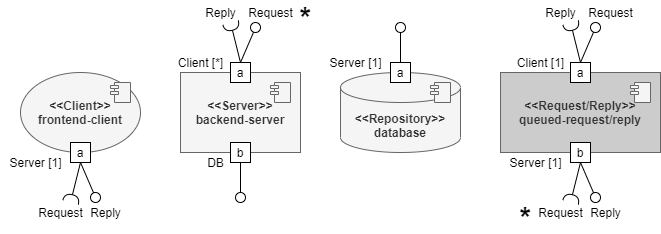
dmmnjaws/ASoft-2020-2021-quizzes-tutor-arquitecture-documentation keeps this draw.io diagram as documentation/pictures/C&C Type Definition.png. Above is the earlier version. Source tidied: cells renumbered, new cells last; positions are measured from the earlier drawing's top-left corner, leaving out a move shared by most shapes.
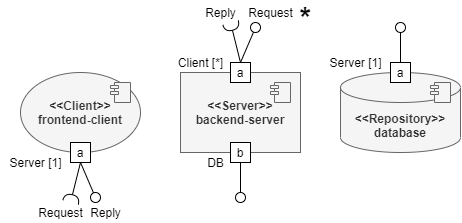
After the commit.

What changed in the source:
```diff
@@ -93,64 +93,8 @@
     <mxCell id="29" value="Server [1]" style="text;html=1;align=center;verticalAlign=middle;" parent="1" vertex="1">
       <mxGeometry x="320" y="50" width="70" height="20" as="geometry" />
     </mxCell>
-    <mxCell id="30" value="&amp;lt;&amp;lt;Request/Reply&amp;gt;&amp;gt;&lt;br&gt;queued-request/reply" style="rounded=0;whiteSpace=wrap;html=1;strokeColor=#666666;fontColor=#333333;fontStyle=1;fillColor=#CCCCCC;" parent="1" vertex="1">
-      <mxGeometry x="500" y="70" width="160" height="80" as="geometry" />
+    <mxCell id="30" value="&lt;b&gt;&lt;font style=&quot;font-size: 29px&quot;&gt;*&lt;/font&gt;&lt;/b&gt;" style="text;html=1;align=center;verticalAlign=middle;" parent="1" vertex="1">
+      <mxGeometry x="290" width="30" height="30" as="geometry" />
     </mxCell>
-    <mxCell id="31" style="shape=module;align=left;spacingLeft=20;align=center;verticalAlign=top;jettyWidth=8;jettyHeight=3;fillColor=#f5f5f5;strokeColor=#666666;fontColor=#333333;" parent="1" vertex="1">
-      <mxGeometry x="630" y="80" width="20" height="20" as="geometry" />
-    </mxCell>
-    <mxCell id="32" value="a" style="whiteSpace=wrap;html=1;" parent="1" vertex="1">
-      <mxGeometry x="570" y="60" width="20" height="20" as="geometry" />
-    </mxCell>
-    <mxCell id="33" style="rounded=0;jettySize=auto;html=1;endArrow=none;endFill=0;exitX=0.5;exitY=0;exitDx=0;exitDy=0;" parent="1" edge="1" source="32" target="34">
-      <mxGeometry relative="1" as="geometry" />
-    </mxCell>
-    <mxCell id="34" style="ellipse;whiteSpace=wrap;html=1;fontFamily=Helvetica;fontSize=12;fontColor=#000000;align=center;strokeColor=#000000;fillColor=#ffffff;points=[];" parent="1" vertex="1">
-      <mxGeometry x="590" y="20" width="10" height="10" as="geometry" />
-    </mxCell>
-    <mxCell id="35" style="rounded=0;jettySize=auto;html=1;endArrow=halfCircle;endFill=0;endSize=6;strokeWidth=1;exitX=0.5;exitY=0;exitDx=0;exitDy=0;" parent="1" edge="1" source="32">
-      <mxGeometry relative="1" as="geometry">
-        <mxPoint x="570" y="20" as="targetPoint" />
-      </mxGeometry>
-    </mxCell>
-    <mxCell id="36" value="Client [1]" style="text;html=1;align=center;verticalAlign=middle;" parent="1" vertex="1">
-      <mxGeometry x="510" y="50" width="60" height="20" as="geometry" />
-    </mxCell>
-    <mxCell id="37" value="Reply" style="text;html=1;align=center;verticalAlign=middle;" parent="1" vertex="1">
-      <mxGeometry x="535" width="50" height="20" as="geometry" />
-    </mxCell>
-    <mxCell id="38" value="Request" style="text;html=1;align=center;verticalAlign=middle;" parent="1" vertex="1">
-      <mxGeometry x="580" width="60" height="20" as="geometry" />
-    </mxCell>
-    <mxCell id="39" value="b" style="whiteSpace=wrap;html=1;" parent="1" vertex="1">
-      <mxGeometry x="570" y="140" width="20" height="20" as="geometry" />
-    </mxCell>
-    <mxCell id="40" style="rounded=0;jettySize=auto;html=1;endArrow=none;endFill=0;exitX=0.5;exitY=1;exitDx=0;exitDy=0;" parent="1" edge="1" source="39" target="41">
-      <mxGeometry relative="1" as="geometry" />
-    </mxCell>
-    <mxCell id="41" style="ellipse;whiteSpace=wrap;html=1;fontFamily=Helvetica;fontSize=12;fontColor=#000000;align=center;strokeColor=#000000;fillColor=#ffffff;points=[];" parent="1" vertex="1">
-      <mxGeometry x="590" y="190" width="10" height="10" as="geometry" />
-    </mxCell>
-    <mxCell id="42" style="rounded=0;orthogonalLoop=1;jettySize=auto;html=1;endArrow=halfCircle;endFill=0;endSize=6;strokeWidth=1;" parent="1" edge="1">
-      <mxGeometry relative="1" as="geometry">
-        <mxPoint x="580" y="160" as="sourcePoint" />
-        <mxPoint x="570" y="200" as="targetPoint" />
-      </mxGeometry>
-    </mxCell>
-    <mxCell id="43" value="Server [1]" style="text;html=1;align=center;verticalAlign=middle;" parent="1" vertex="1">
-      <mxGeometry x="500" y="150" width="70" height="20" as="geometry" />
-    </mxCell>
-    <mxCell id="44" value="Request" style="text;html=1;align=center;verticalAlign=middle;" parent="1" vertex="1">
-      <mxGeometry x="530" y="200" width="60" height="20" as="geometry" />
-    </mxCell>
-    <mxCell id="45" value="Reply" style="text;html=1;align=center;verticalAlign=middle;" parent="1" vertex="1">
-      <mxGeometry x="580" y="200" width="50" height="20" as="geometry" />
-    </mxCell>
-    <mxCell id="46" value="&lt;b&gt;&lt;font style=&quot;font-size: 29px&quot;&gt;*&lt;/font&gt;&lt;/b&gt;" style="text;html=1;align=center;verticalAlign=middle;" parent="1" vertex="1">
-      <mxGeometry x="510" y="200" width="30" height="30" as="geometry" />
-    </mxCell>
-    <mxCell id="47" value="&lt;b&gt;&lt;font style=&quot;font-size: 29px&quot;&gt;*&lt;/font&gt;&lt;/b&gt;" style="text;html=1;align=center;verticalAlign=middle;" parent="1" vertex="1">
-      <mxGeometry x="290" width="30" height="30" as="geometry" />
-    </mxCell>
   </root>
 </mxGraphModel>
```
